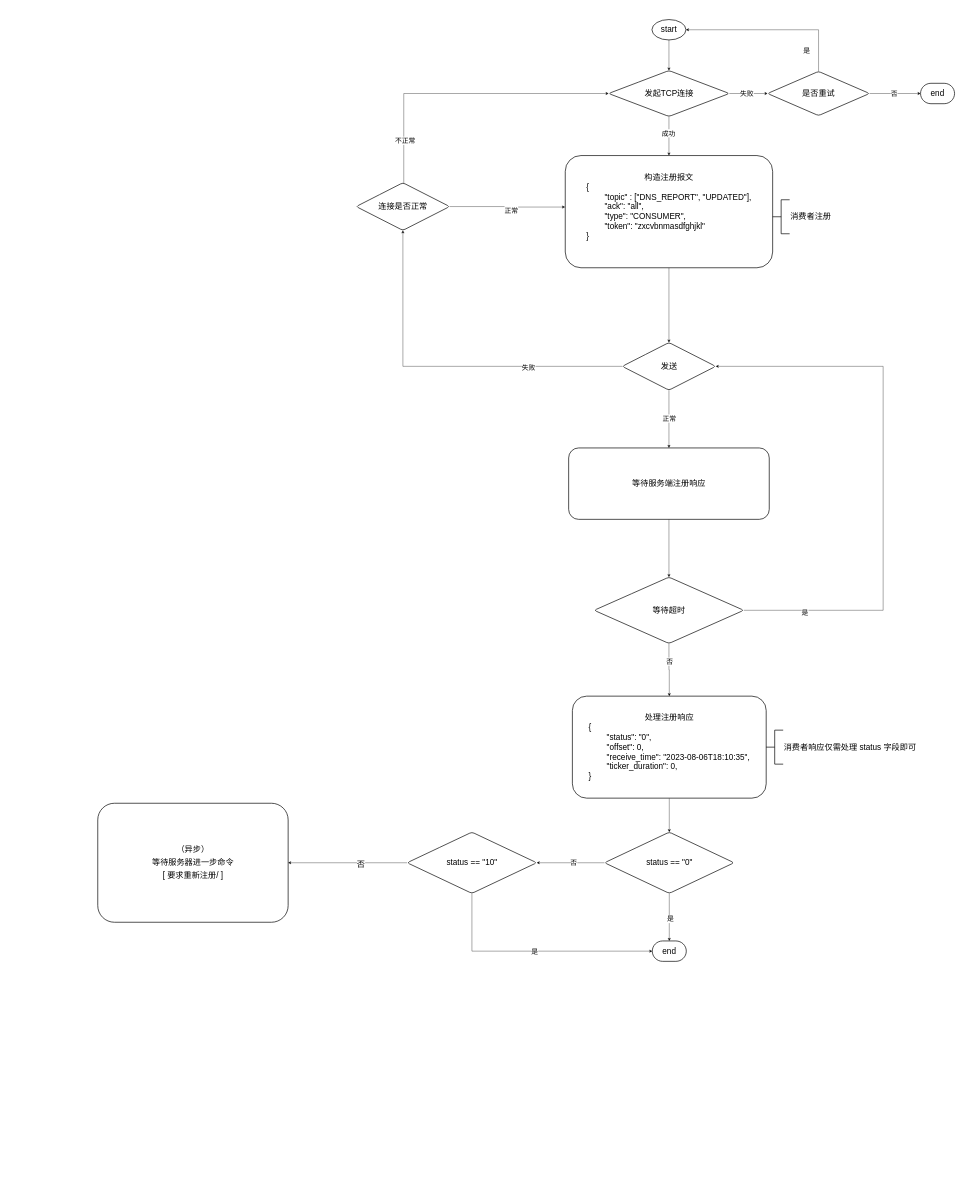
The draw.io diagram page "连接注册" (1 of 4) of docs/流程.drawio in Chendemo12/micromq, before the edit. Source tidied: cells renumbered, new cells numbered last; positions are measured from the earlier drawing's top-left corner, leaving out a move shared by most shapes. Both pictures are drawn from the tidied source at 34%, with x=0, y=0 at pixel (98, 19).
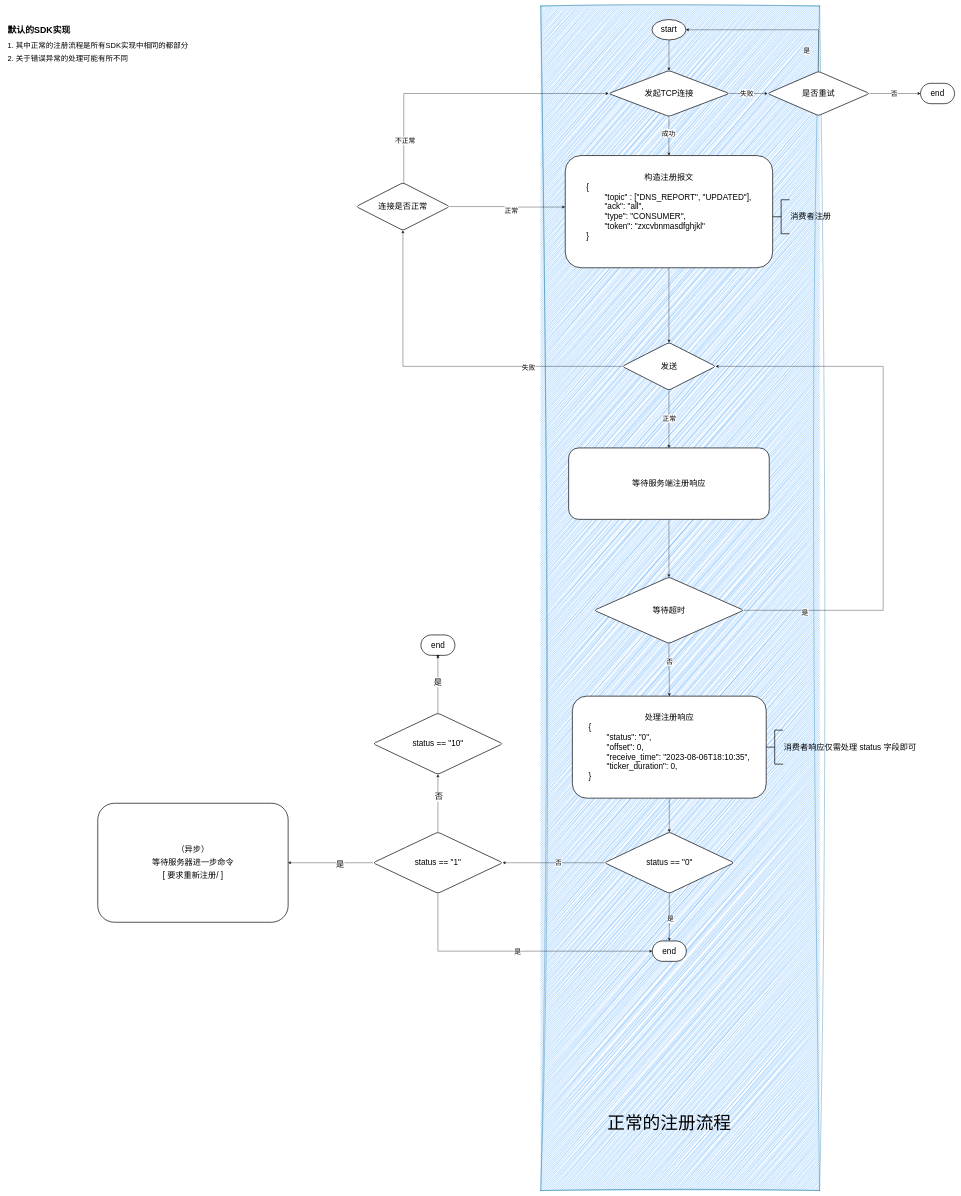
After the change.

The change refers to these unchanged cells:
```xml
<mxCell id="3" value="&lt;font style=&quot;font-size: 24px;&quot;&gt;end&lt;/font&gt;" style="strokeWidth=2;html=1;shape=mxgraph.flowchart.terminator;whiteSpace=wrap;" parent="1" vertex="1">
  <mxGeometry x="1631" y="2710" width="100" height="60" as="geometry" />
</mxCell>
<mxCell id="46" style="edgeStyle=orthogonalEdgeStyle;rounded=0;jettySize=auto;html=1;fontFamily=Helvetica;fontSize=12;fontColor=default;" parent="1" edge="1" source="48" target="49">
  <mxGeometry relative="1" as="geometry" />
</mxCell>
```

What changed in the source:
```diff
@@
+    <mxCell id="50" style="rounded=0;whiteSpace=wrap;html=1;fillStyle=auto;fillColor=#3399FF;glass=0;shadow=0;labelBorderColor=none;labelBackgroundColor=none;strokeColor=#10739e;sketch=1;curveFitting=1;jiggle=2;" parent="1" vertex="1">
+      <mxGeometry x="1303" y="-40" width="820" height="3484" as="geometry" />
+    </mxCell>
@@
-    <mxCell id="44" style="edgeStyle=orthogonalEdgeStyle;rounded=0;jettySize=auto;html=1;fontFamily=Helvetica;fontSize=12;fontColor=default;entryX=0;entryY=0.5;entryDx=0;entryDy=0;entryPerimeter=0;" parent="1" edge="1" source="48" target="3">
+    <mxCell id="44" style="edgeStyle=orthogonalEdgeStyle;rounded=0;jettySize=auto;html=1;fontFamily=Helvetica;fontSize=12;fontColor=default;entryX=0;entryY=0.5;entryDx=0;entryDy=0;entryPerimeter=0;exitX=0.5;exitY=1;exitDx=0;exitDy=0;" parent="1" edge="1" source="48" target="3">
       <mxGeometry relative="1" as="geometry">
         <Array as="points">
-          <mxPoint x="1100" y="2740" />
+          <mxPoint x="1001" y="2740" />
         </Array>
       </mxGeometry>
     </mxCell>
@@
-    <mxCell id="47" value="&lt;font style=&quot;font-size: 24px;&quot;&gt;否&lt;/font&gt;" style="edgeLabel;html=1;align=center;verticalAlign=middle;fontSize=12;fontFamily=Helvetica;fontColor=default;" parent="46" vertex="1">
+    <mxCell id="47" value="&lt;font style=&quot;font-size: 24px;&quot;&gt;是&lt;/font&gt;" style="edgeLabel;html=1;align=center;verticalAlign=middle;fontSize=12;fontFamily=Helvetica;fontColor=default;" parent="46" vertex="1">
       <mxGeometry x="-0.22" y="4" relative="1" as="geometry" />
     </mxCell>
+    <mxCell id="51" style="edgeStyle=orthogonalEdgeStyle;rounded=0;jettySize=auto;html=1;" parent="1" edge="1" source="48" target="57">
+      <mxGeometry relative="1" as="geometry" />
+    </mxCell>
+    <mxCell id="52" value="&lt;font style=&quot;font-size: 24px;&quot;&gt;否&lt;/font&gt;" style="edgeLabel;html=1;align=center;verticalAlign=middle;" parent="51" vertex="1">
+      <mxGeometry x="0.23" y="-2" relative="1" as="geometry" />
+    </mxCell>
-    <mxCell id="48" value="&lt;font style=&quot;font-size: 24px;&quot;&gt;status == &quot;10&quot;&lt;/font&gt;" style="rhombus;whiteSpace=wrap;html=1;rounded=1;arcSize=14;strokeWidth=2;" parent="1" vertex="1">
-      <mxGeometry x="910" y="2390" width="381" height="180" as="geometry" />
+    <mxCell id="48" value="&lt;font style=&quot;font-size: 24px;&quot;&gt;status == &quot;1&quot;&lt;/font&gt;" style="rhombus;whiteSpace=wrap;html=1;rounded=1;arcSize=14;strokeWidth=2;" parent="1" vertex="1">
+      <mxGeometry x="810" y="2390" width="381" height="180" as="geometry" />
     </mxCell>
@@
+    <mxCell id="53" value="&lt;font style=&quot;font-size: 52px;&quot;&gt;正常的注册流程&lt;/font&gt;" style="text;html=1;strokeColor=none;fillColor=none;align=center;verticalAlign=middle;whiteSpace=wrap;rounded=0;" parent="1" vertex="1">
+      <mxGeometry x="1471" y="3170" width="420" height="150" as="geometry" />
+    </mxCell>
+    <mxCell id="54" value="&lt;h1&gt;&lt;font style=&quot;font-size: 26px;&quot;&gt;默认的SDK实现&lt;/font&gt;&lt;/h1&gt;&lt;p&gt;&lt;font style=&quot;font-size: 22px;&quot;&gt;1. 其中正常的注册流程是所有SDK实现中相同的都部分&lt;/font&gt;&lt;/p&gt;&lt;p&gt;&lt;font style=&quot;font-size: 22px;&quot;&gt;2. 关于错误异常的处理可能有所不同&lt;/font&gt;&lt;/p&gt;" style="text;html=1;strokeColor=none;fillColor=none;spacing=5;spacingTop=-20;whiteSpace=wrap;overflow=hidden;rounded=0;" parent="1" vertex="1">
+      <mxGeometry x="-270" y="10" width="630" height="180" as="geometry" />
+    </mxCell>
+    <mxCell id="55" style="edgeStyle=orthogonalEdgeStyle;rounded=0;jettySize=auto;html=1;" parent="1" edge="1" source="57" target="58">
+      <mxGeometry relative="1" as="geometry" />
+    </mxCell>
+    <mxCell id="56" value="&lt;font style=&quot;font-size: 24px;&quot;&gt;是&lt;/font&gt;" style="edgeLabel;html=1;align=center;verticalAlign=middle;" parent="55" vertex="1">
+      <mxGeometry x="0.07" y="1" relative="1" as="geometry">
+        <mxPoint y="-1" as="offset" />
+      </mxGeometry>
+    </mxCell>
+    <mxCell id="57" value="&lt;font style=&quot;font-size: 24px;&quot;&gt;status == &quot;10&quot;&lt;/font&gt;" style="rhombus;whiteSpace=wrap;html=1;rounded=1;arcSize=14;strokeWidth=2;" parent="1" vertex="1">
+      <mxGeometry x="810" y="2040" width="381" height="180" as="geometry" />
+    </mxCell>
+    <mxCell id="58" style="shape=waypoint;sketch=0;size=6;points=[];fillColor=default;perimeter=centerPerimeter;snapToPoint=1;rounded=1;arcSize=14;strokeWidth=2;" parent="1" vertex="1">
+      <mxGeometry x="990.5" y="1860" width="20" height="20" as="geometry" />
+    </mxCell>
+    <mxCell id="59" value="&lt;font style=&quot;font-size: 24px;&quot;&gt;end&lt;/font&gt;" style="strokeWidth=2;html=1;shape=mxgraph.flowchart.terminator;whiteSpace=wrap;" parent="1" vertex="1">
+      <mxGeometry x="950.5" y="1810" width="100" height="60" as="geometry" />
+    </mxCell>
```
